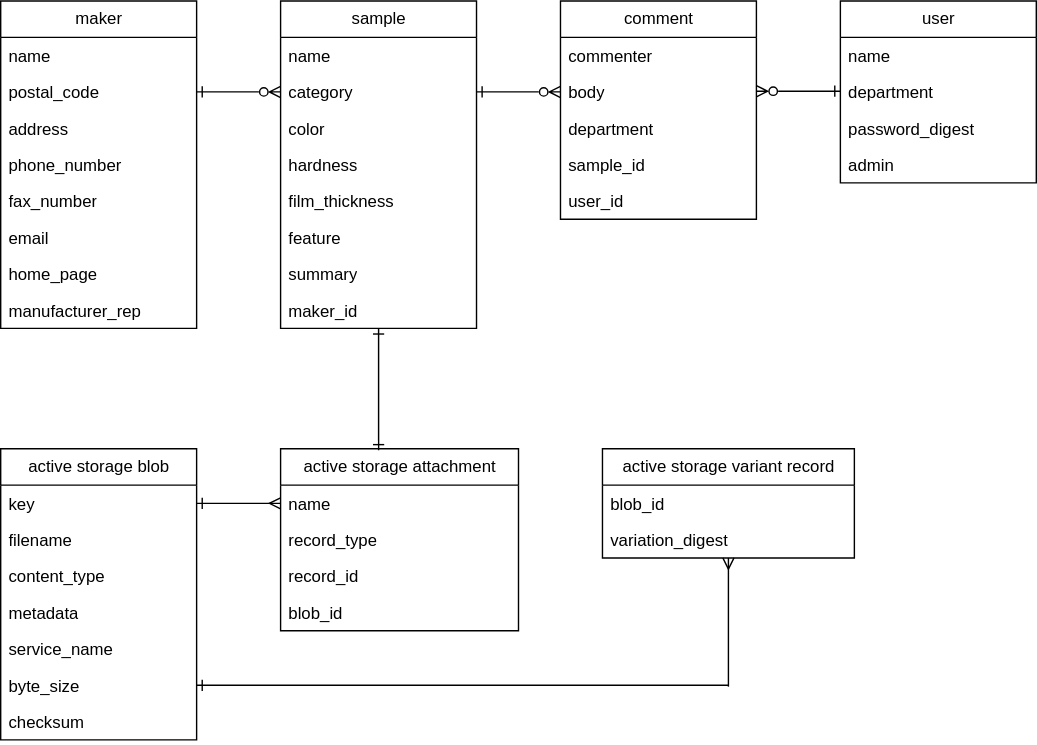
Earlier version of the draw.io export entity_relationship_diagram/er_diagram.drawio.svg (harutoreon/surface-treatment-manager). Source tidied: cells renumbered, new cells last; positions are measured from the earlier drawing's top-left corner, leaving out a move shared by most shapes.
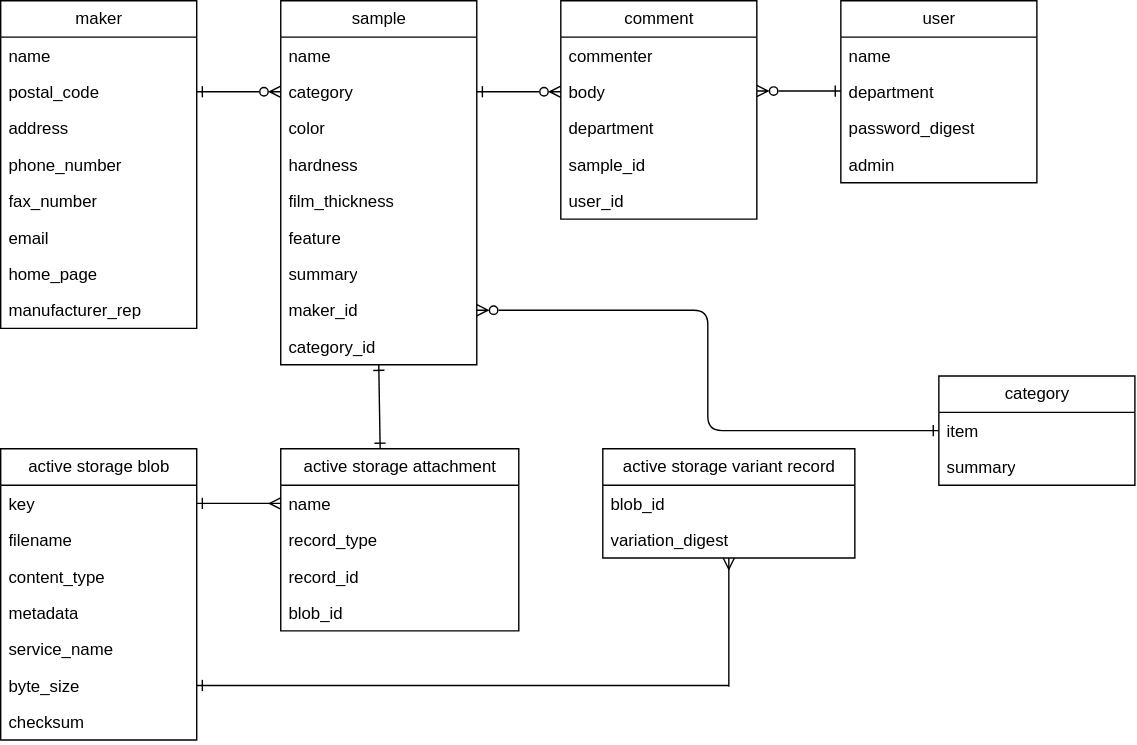
After the commit.

What changed in the source:
```diff
@@ -30,7 +30,7 @@
       <mxGeometry y="208" width="140" height="26" as="geometry" />
     </mxCell>
     <mxCell id="11" value="&lt;span style=&quot;font-weight: normal;&quot;&gt;sample&lt;/span&gt;" style="swimlane;fontStyle=1;horizontal=1;startSize=26;fillColor=none;html=1;" parent="1" vertex="1">
-      <mxGeometry x="200" width="140" height="234" as="geometry" />
+      <mxGeometry x="200" width="140" height="260" as="geometry" />
     </mxCell>
     <mxCell id="12" value="name" style="text;strokeColor=none;fillColor=none;align=left;verticalAlign=top;spacingLeft=4;spacingRight=4;overflow=hidden;whiteSpace=wrap;html=1;" parent="11" vertex="1">
       <mxGeometry y="26" width="140" height="26" as="geometry" />
@@ -56,6 +56,9 @@
     <mxCell id="19" value="maker_id" style="text;strokeColor=none;fillColor=none;align=left;verticalAlign=top;spacingLeft=4;spacingRight=4;overflow=hidden;points=[[0,0.5],[1,0.5]];portConstraint=eastwest;whiteSpace=wrap;html=1;" parent="11" vertex="1">
       <mxGeometry y="208" width="140" height="26" as="geometry" />
     </mxCell>
+    <mxCell id="54" value="category_id" style="text;strokeColor=none;fillColor=none;align=left;verticalAlign=top;spacingLeft=4;spacingRight=4;overflow=hidden;points=[[0,0.5],[1,0.5]];portConstraint=eastwest;whiteSpace=wrap;html=1;" parent="11" vertex="1">
+      <mxGeometry y="234" width="140" height="26" as="geometry" />
+    </mxCell>
     <mxCell id="20" value="&lt;span style=&quot;font-weight: normal;&quot;&gt;comment&lt;/span&gt;" style="swimlane;fontStyle=1;horizontal=1;startSize=26;fillColor=none;html=1;" parent="1" vertex="1">
       <mxGeometry x="400" width="140" height="156" as="geometry" />
     </mxCell>
@@ -138,8 +141,10 @@
     <mxCell id="45" value="variation_digest" style="text;strokeColor=none;fillColor=none;align=left;verticalAlign=top;spacingLeft=4;spacingRight=4;overflow=hidden;whiteSpace=wrap;html=1;" parent="43" vertex="1">
       <mxGeometry y="52" width="180" height="26" as="geometry" />
     </mxCell>
-    <mxCell id="46" style="edgeStyle=none;html=1;entryX=0.412;entryY=0.008;entryDx=0;entryDy=0;entryPerimeter=0;startArrow=ERone;startFill=0;endArrow=ERone;endFill=0;" parent="1" edge="1" source="11" target="28">
-      <mxGeometry relative="1" as="geometry" />
+    <mxCell id="46" style="edgeStyle=none;html=1;startArrow=ERone;startFill=0;endArrow=ERone;endFill=0;exitX=0.5;exitY=1;exitDx=0;exitDy=0;exitPerimeter=0;" parent="1" edge="1" source="54">
+      <mxGeometry relative="1" as="geometry">
+        <mxPoint x="271" y="320" as="targetPoint" />
+      </mxGeometry>
     </mxCell>
     <mxCell id="47" style="edgeStyle=none;html=1;entryX=0;entryY=0.5;entryDx=0;entryDy=0;startArrow=ERone;startFill=0;endArrow=ERmany;endFill=0;" parent="1" edge="1" source="34" target="29">
       <mxGeometry relative="1" as="geometry" />
@@ -165,5 +170,17 @@
         <mxPoint x="600" y="64.5" as="targetPoint" />
       </mxGeometry>
     </mxCell>
+    <mxCell id="55" value="category" style="swimlane;fontStyle=0;horizontal=1;startSize=26;fillColor=none;html=1;" parent="1" vertex="1">
+      <mxGeometry x="670" y="268" width="140" height="78" as="geometry" />
+    </mxCell>
+    <mxCell id="56" value="item" style="text;strokeColor=none;fillColor=none;align=left;verticalAlign=top;spacingLeft=4;spacingRight=4;overflow=hidden;points=[[0,0.5],[1,0.5]];portConstraint=eastwest;whiteSpace=wrap;html=1;" parent="55" vertex="1">
+      <mxGeometry y="26" width="140" height="26" as="geometry" />
+    </mxCell>
+    <mxCell id="57" value="summary" style="text;strokeColor=none;fillColor=none;align=left;verticalAlign=top;spacingLeft=4;spacingRight=4;overflow=hidden;whiteSpace=wrap;html=1;" parent="55" vertex="1">
+      <mxGeometry y="52" width="140" height="26" as="geometry" />
+    </mxCell>
+    <mxCell id="58" style="edgeStyle=orthogonalEdgeStyle;html=1;entryX=0;entryY=0.5;entryDx=0;entryDy=0;startArrow=ERzeroToMany;startFill=0;endArrow=ERone;endFill=0;" parent="1" edge="1" source="19" target="56">
+      <mxGeometry relative="1" as="geometry" />
+    </mxCell>
   </root>
 </mxGraphModel>
```
